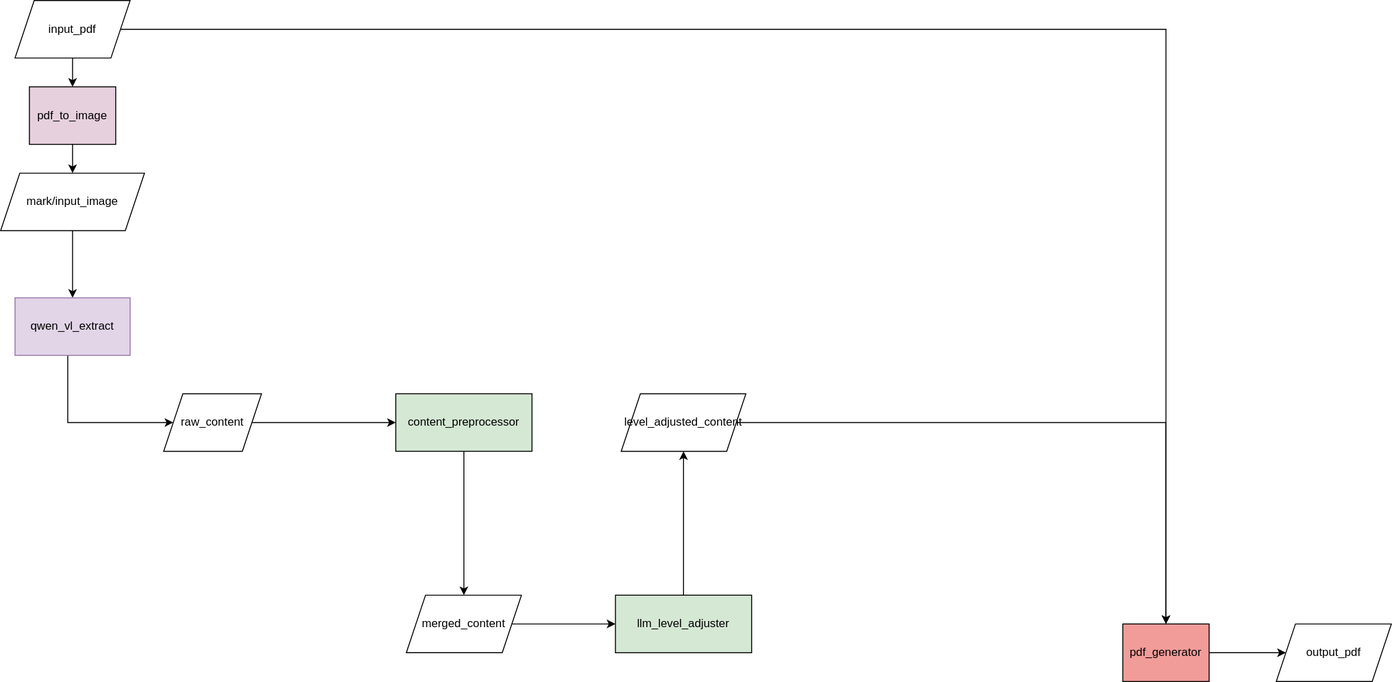
This is docs/数据关系传递.svg from NatsUIJM/autoContents, a draw.io export, as it was before one commit. Source tidied: cells renumbered, new cells last; positions are measured from the earlier drawing's top-left corner, leaving out a move shared by most shapes.
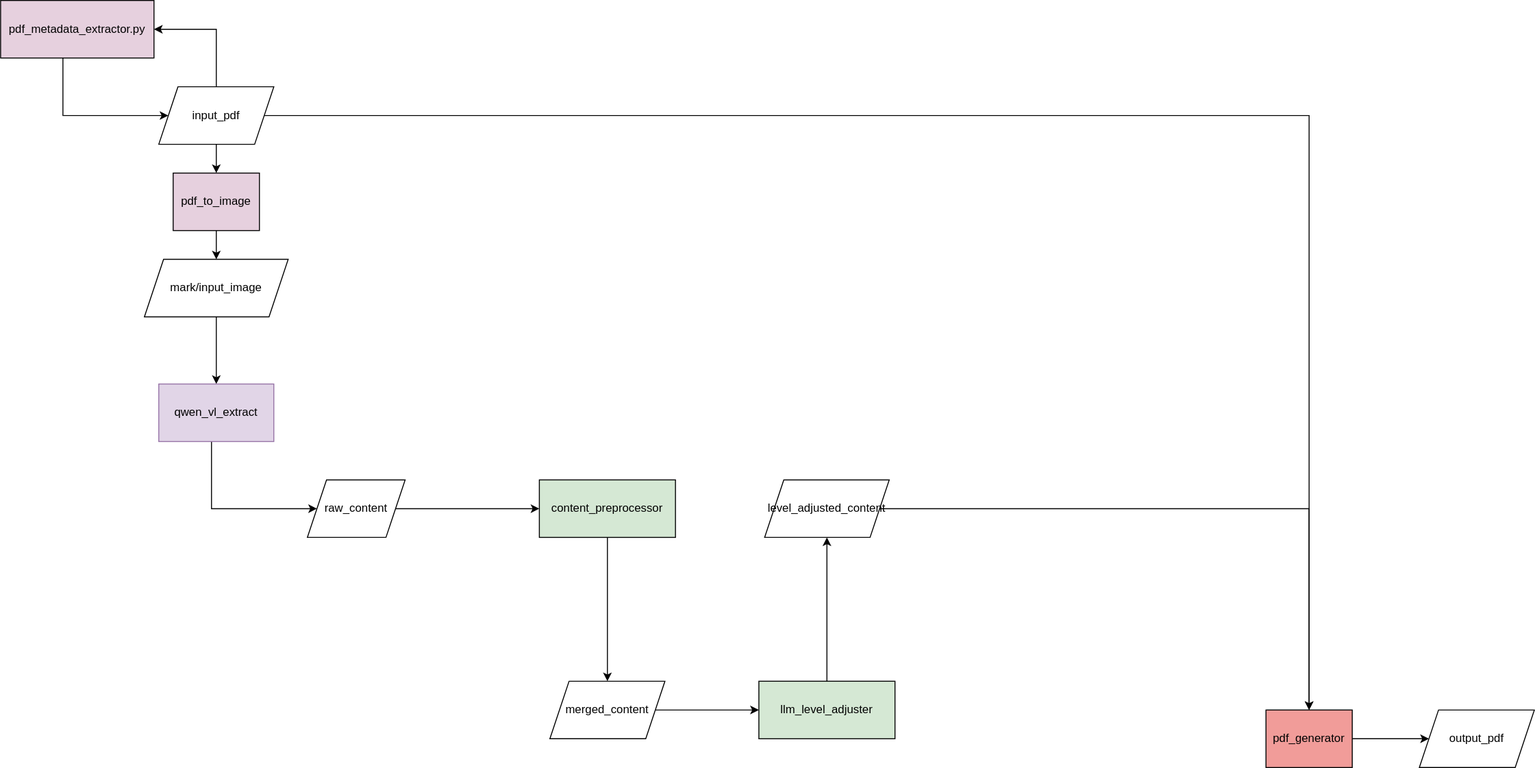
Later version of the same file.

What changed in the source:
```diff
@@ -8,6 +8,13 @@
     <mxCell id="3" style="edgeStyle=orthogonalEdgeStyle;rounded=0;jettySize=auto;html=1;entryX=0.5;entryY=0;entryDx=0;entryDy=0;" parent="1" edge="1" source="4" target="14">
       <mxGeometry relative="1" as="geometry" />
     </mxCell>
+    <mxCell id="24" style="edgeStyle=orthogonalEdgeStyle;rounded=0;jettySize=auto;html=1;" parent="1" edge="1" source="4" target="26">
+      <mxGeometry relative="1" as="geometry">
+        <Array as="points">
+          <mxPoint x="75" y="-60" />
+        </Array>
+      </mxGeometry>
+    </mxCell>
     <mxCell id="4" value="input_pdf" style="shape=parallelogram;perimeter=parallelogramPerimeter;whiteSpace=wrap;html=1;fixedSize=1;" parent="1" vertex="1">
       <mxGeometry x="15" width="120" height="60" as="geometry" />
     </mxCell>
@@ -72,5 +79,15 @@
     <mxCell id="23" value="llm_level_adjuster" style="whiteSpace=wrap;html=1;fillColor=#D5E8D4;" parent="1" vertex="1">
       <mxGeometry x="641" y="620" width="142" height="60" as="geometry" />
     </mxCell>
+    <mxCell id="25" style="edgeStyle=orthogonalEdgeStyle;rounded=0;jettySize=auto;html=1;" parent="1" edge="1" source="26" target="4">
+      <mxGeometry relative="1" as="geometry">
+        <Array as="points">
+          <mxPoint x="-85" y="30" />
+        </Array>
+      </mxGeometry>
+    </mxCell>
+    <mxCell id="26" value="pdf_metadata_extractor.py" style="whiteSpace=wrap;html=1;fillColor=#E6D0DE;" parent="1" vertex="1">
+      <mxGeometry x="-150" y="-90" width="160" height="60" as="geometry" />
+    </mxCell>
   </root>
 </mxGraphModel>
```
